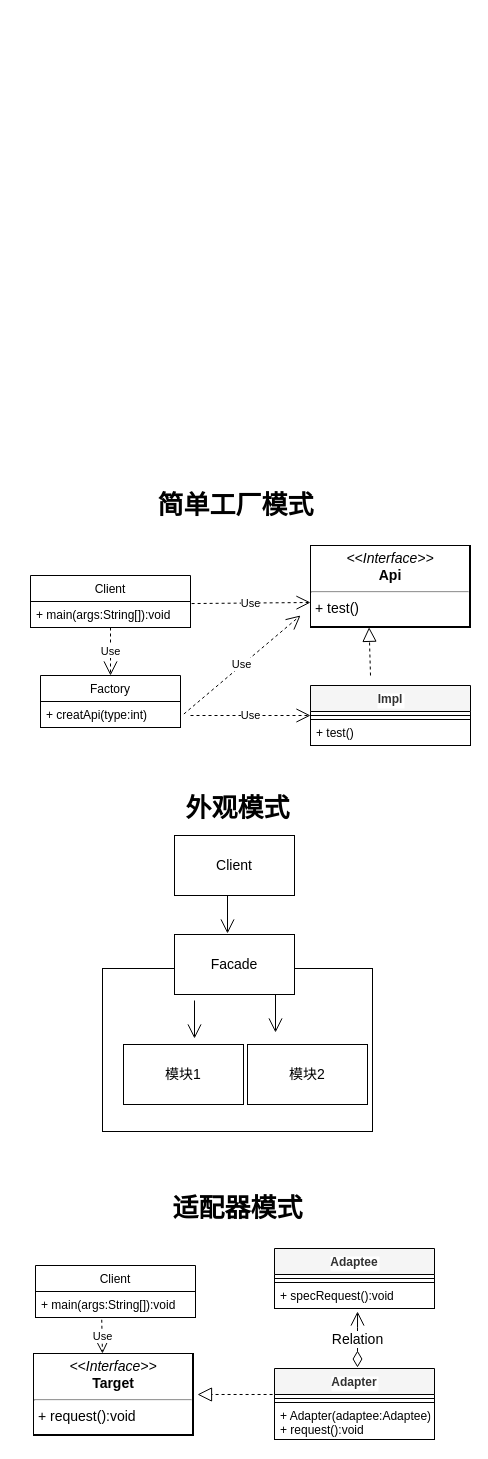
lgjlife/Java-Study keeps this draw.io diagram as UML/设计模式/设计模式.drawio. Above is the earlier version. Source tidied: cells renumbered, new cells numbered last; positions are measured from the earlier drawing's top-left corner, leaving out a move shared by most shapes. Both pictures are drawn from the tidied source at 100%, with x=0, y=0 at pixel (30, 485).
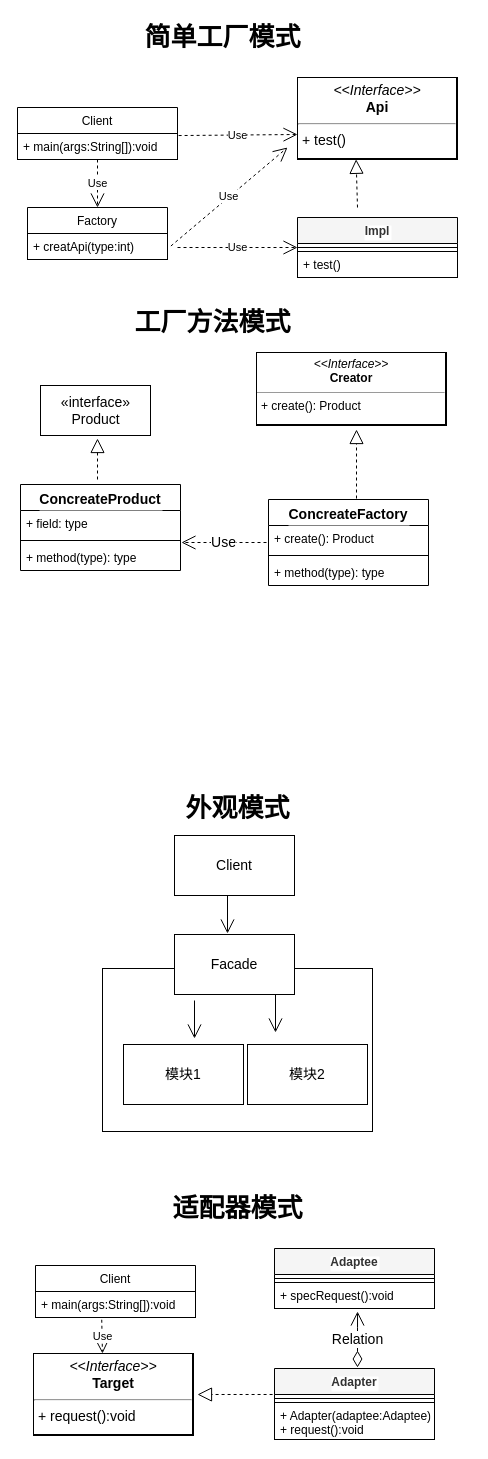
Above is the later version.

Commit message (it also covers changes not shown here):
设计模式-工厂方法模式

Unchanged cells that the change refers to:
```xml
<mxCell id="3" value="+ main(args:String[]):void" style="text;strokeColor=#000000;fillColor=none;align=left;verticalAlign=top;spacingLeft=4;spacingRight=4;overflow=hidden;points=[[0,0.5],[1,0.5]];portConstraint=eastwest;fontColor=#000000;" parent="2" vertex="1">
  <mxGeometry y="26" width="160" height="26" as="geometry" />
</mxCell>
<mxCell id="13" style="line;strokeWidth=1;fillColor=none;align=left;verticalAlign=middle;spacingTop=-1;spacingLeft=3;spacingRight=3;labelPosition=right;points=[];portConstraint=eastwest;strokeColor=#000000;fontColor=#000000;" parent="12" vertex="1">
  <mxGeometry y="26" width="160" height="8" as="geometry" />
</mxCell>
<mxCell id="38" value="+ specRequest():void" style="text;strokeColor=#000000;fillColor=none;align=left;verticalAlign=top;spacingLeft=4;spacingRight=4;overflow=hidden;points=[[0,0.5],[1,0.5]];portConstraint=eastwest;fontColor=#000000;" parent="36" vertex="1">
  <mxGeometry y="34" width="160" height="26" as="geometry" />
</mxCell>
```

The edit, as a diff of the source:
```diff
@@
     <mxCell id="2" value="Client" style="swimlane;fontStyle=0;horizontal=1;startSize=26;fillColor=none;strokeColor=#000000;fontColor=#000000;" parent="1" vertex="1">
-      <mxGeometry y="90" width="160" height="52" as="geometry" />
+      <mxGeometry x="-13" y="-378" width="160" height="52" as="geometry" />
     </mxCell>
@@
     <mxCell id="4" value="Factory" style="swimlane;fontStyle=0;horizontal=1;startSize=26;fillColor=none;strokeColor=#000000;fontColor=#000000;" parent="1" vertex="1">
-      <mxGeometry x="10" y="190" width="140" height="52" as="geometry" />
+      <mxGeometry x="-3" y="-278" width="140" height="52" as="geometry" />
     </mxCell>
@@
     <mxCell id="7" value="Use" style="endArrow=open;endSize=12;dashed=1;html=1;entryX=0;entryY=0.5;entryDx=0;entryDy=0;exitX=1.007;exitY=0.079;exitDx=0;exitDy=0;exitPerimeter=0;strokeColor=#000000;fontColor=#000000;labelBackgroundColor=#FFFFFF;" parent="1" edge="1" source="3">
       <mxGeometry relative="1" as="geometry">
-        <mxPoint x="280" y="117" as="targetPoint" />
+        <mxPoint x="267" y="-351" as="targetPoint" />
       </mxGeometry>
     </mxCell>
     <mxCell id="8" value="Use" style="endArrow=open;endSize=12;dashed=1;html=1;entryX=0;entryY=0.5;entryDx=0;entryDy=0;entryPerimeter=0;strokeColor=#000000;fontColor=#000000;labelBackgroundColor=#FFFFFF;" parent="1" edge="1" target="13">
       <mxGeometry relative="1" as="geometry">
-        <mxPoint x="160" y="230" as="sourcePoint" />
+        <mxPoint x="147" y="-238" as="sourcePoint" />
       </mxGeometry>
     </mxCell>
     <mxCell id="9" value="Use" style="endArrow=open;endSize=12;dashed=1;html=1;exitX=1.024;exitY=0.482;exitDx=0;exitDy=0;exitPerimeter=0;strokeColor=#000000;fontColor=#000000;labelBackgroundColor=#FFFFFF;" parent="1" edge="1">
       <mxGeometry relative="1" as="geometry">
-        <mxPoint x="153.4" y="228.5" as="sourcePoint" />
-        <mxPoint x="270" y="130" as="targetPoint" />
+        <mxPoint x="140.4" y="-239.5" as="sourcePoint" />
+        <mxPoint x="257" y="-338" as="targetPoint" />
       </mxGeometry>
     </mxCell>
     <mxCell id="10" style="endArrow=block;dashed=1;endFill=0;endSize=12;html=1;entryX=0.533;entryY=0.997;entryDx=0;entryDy=0;entryPerimeter=0;strokeColor=#000000;fontColor=#000000;" parent="1" edge="1">
       <mxGeometry relative="1" as="geometry">
-        <mxPoint x="340" y="190" as="sourcePoint" />
-        <mxPoint x="338.6" y="141.8" as="targetPoint" />
+        <mxPoint x="327" y="-278" as="sourcePoint" />
+        <mxPoint x="325.6" y="-326.2" as="targetPoint" />
       </mxGeometry>
     </mxCell>
     <mxCell id="11" value="&lt;p style=&quot;margin: 4px 0px 0px; text-align: center; font-size: 14px;&quot;&gt;&lt;i style=&quot;font-size: 14px;&quot;&gt;&amp;lt;&amp;lt;Interface&amp;gt;&amp;gt;&lt;/i&gt;&lt;br style=&quot;font-size: 14px;&quot;&gt;&lt;b style=&quot;font-size: 14px;&quot;&gt;Api&lt;/b&gt;&lt;/p&gt;&lt;hr style=&quot;font-size: 14px;&quot;&gt;&lt;p style=&quot;margin: 0px 0px 0px 4px; font-size: 14px;&quot;&gt;+ test()&lt;br style=&quot;font-size: 14px;&quot;&gt;&lt;/p&gt;" style="verticalAlign=top;align=left;overflow=fill;fontSize=14;fontFamily=Helvetica;html=1;strokeColor=#000000;fontColor=#000000;labelBackgroundColor=#ffffff;labelBorderColor=#000000;" parent="1" vertex="1">
-      <mxGeometry x="280" y="60" width="160" height="82" as="geometry" />
+      <mxGeometry x="267" y="-408" width="160" height="82" as="geometry" />
     </mxCell>
     <mxCell id="12" value="Impl" style="swimlane;fontStyle=1;align=center;verticalAlign=top;horizontal=1;startSize=26;strokeColor=#000000;fontColor=#333333;labelBackgroundColor=#FFFFFF;fillColor=#f5f5f5;" parent="1" vertex="1">
-      <mxGeometry x="280" y="200" width="160" height="60" as="geometry" />
+      <mxGeometry x="267" y="-268" width="160" height="60" as="geometry" />
     </mxCell>
@@
     <mxCell id="15" value="简单工厂模式" style="text;html=1;align=center;verticalAlign=middle;fontStyle=1;fontSize=26;strokeColor=none;fontColor=#000000;" parent="1" vertex="1">
-      <mxGeometry x="120" width="170" height="40" as="geometry" />
+      <mxGeometry x="107" y="-468" width="170" height="40" as="geometry" />
     </mxCell>
@@
+    <mxCell id="31" value="Relation" style="endArrow=open;html=1;endSize=12;startArrow=diamondThin;startSize=14;startFill=0;edgeStyle=orthogonalEdgeStyle;labelBackgroundColor=#FFFFFF;strokeColor=#000000;fontSize=14;fontColor=#000000;entryX=0.519;entryY=1.115;entryDx=0;entryDy=0;entryPerimeter=0;" parent="1" edge="1" target="38">
+      <mxGeometry relative="1" as="geometry">
+        <mxPoint x="327" y="882" as="sourcePoint" />
+        <Array as="points">
+          <mxPoint x="327" y="852" />
+          <mxPoint x="327" y="852" />
+        </Array>
+      </mxGeometry>
+    </mxCell>
+    <mxCell id="32" value="0..n" style="html=1;align=left;verticalAlign=top;labelBackgroundColor=#ffffff;fontSize=10;" parent="31" vertex="1">
+      <mxGeometry x="-1" relative="1" as="geometry" />
+    </mxCell>
@@
-    <mxCell id="31" value="Relation" style="endArrow=open;html=1;endSize=12;startArrow=diamondThin;startSize=14;startFill=0;edgeStyle=orthogonalEdgeStyle;labelBackgroundColor=#FFFFFF;strokeColor=#000000;fontSize=14;fontColor=#000000;entryX=0.519;entryY=1.115;entryDx=0;entryDy=0;entryPerimeter=0;" parent="1" edge="1" target="38">
-      <mxGeometry relative="1" as="geometry">
-        <mxPoint x="327" y="882" as="sourcePoint" />
-        <Array as="points">
-          <mxPoint x="327" y="852" />
-          <mxPoint x="327" y="852" />
-        </Array>
-      </mxGeometry>
-    </mxCell>
-    <mxCell id="32" value="0..n" style="html=1;align=left;verticalAlign=top;labelBackgroundColor=#ffffff;fontSize=10;" parent="31" vertex="1">
-      <mxGeometry x="-1" relative="1" as="geometry" />
-    </mxCell>
@@
+    <mxCell id="39" value="«interface»&lt;br&gt;Product" style="html=1;labelBackgroundColor=#FFFFFF;strokeColor=#000000;fillColor=#FFFFFF;fontSize=14;fontColor=#000000;" parent="1" vertex="1">
+      <mxGeometry x="10" y="-100" width="110" height="50" as="geometry" />
+    </mxCell>
+    <mxCell id="40" value="ConcreateProduct" style="swimlane;fontStyle=1;align=center;verticalAlign=top;horizontal=1;startSize=26;labelBackgroundColor=#FFFFFF;strokeColor=#000000;fillColor=#FFFFFF;fontSize=14;fontColor=#000000;" parent="1" vertex="1">
+      <mxGeometry x="-10" y="-1" width="160" height="86" as="geometry" />
+    </mxCell>
+    <mxCell id="41" value="+ field: type" style="text;strokeColor=none;fillColor=none;align=left;verticalAlign=top;spacingLeft=4;spacingRight=4;overflow=hidden;points=[[0,0.5],[1,0.5]];portConstraint=eastwest;" parent="40" vertex="1">
+      <mxGeometry y="26" width="160" height="26" as="geometry" />
+    </mxCell>
+    <mxCell id="42" style="line;strokeWidth=1;fillColor=none;align=left;verticalAlign=middle;spacingTop=-1;spacingLeft=3;spacingRight=3;labelPosition=right;" parent="40" vertex="1">
+      <mxGeometry y="52" width="160" height="8" as="geometry" />
+    </mxCell>
+    <mxCell id="43" value="+ method(type): type" style="text;strokeColor=none;fillColor=none;align=left;verticalAlign=top;spacingLeft=4;spacingRight=4;overflow=hidden;" parent="40" vertex="1">
+      <mxGeometry y="60" width="160" height="26" as="geometry" />
+    </mxCell>
+    <mxCell id="44" style="endArrow=block;dashed=1;endFill=0;endSize=12;html=1;labelBackgroundColor=#FFFFFF;strokeColor=#000000;fontSize=14;fontColor=#000000;" parent="40" edge="1">
+      <mxGeometry relative="1" as="geometry">
+        <mxPoint x="77" y="-5" as="sourcePoint" />
+        <mxPoint x="77" y="-46" as="targetPoint" />
+      </mxGeometry>
+    </mxCell>
+    <mxCell id="45" value="&lt;p style=&quot;margin: 0px ; margin-top: 4px ; text-align: center&quot;&gt;&lt;i&gt;&amp;lt;&amp;lt;Interface&amp;gt;&amp;gt;&lt;/i&gt;&lt;br&gt;&lt;b&gt;Creator&lt;/b&gt;&lt;/p&gt;&lt;hr size=&quot;1&quot;&gt;&lt;p style=&quot;margin: 0px ; margin-left: 4px&quot;&gt;&lt;/p&gt;&lt;p style=&quot;margin: 0px ; margin-left: 4px&quot;&gt;+ create(): Product&lt;br&gt;&lt;br&gt;&lt;/p&gt;" style="verticalAlign=top;align=left;overflow=fill;fontSize=12;fontFamily=Helvetica;html=1;labelBackgroundColor=#FFFFFF;strokeColor=#000000;fillColor=#FFFFFF;fontColor=#000000;labelBorderColor=#000000;" parent="1" vertex="1">
+      <mxGeometry x="226" y="-133" width="190" height="73" as="geometry" />
+    </mxCell>
+    <mxCell id="46" value="ConcreateFactory" style="swimlane;fontStyle=1;align=center;verticalAlign=top;horizontal=1;startSize=26;labelBackgroundColor=#FFFFFF;strokeColor=#000000;fillColor=#FFFFFF;fontSize=14;fontColor=#000000;" parent="1" vertex="1">
+      <mxGeometry x="238" y="14" width="160" height="86" as="geometry" />
+    </mxCell>
+    <mxCell id="47" value="+ create(): Product" style="text;strokeColor=none;fillColor=none;align=left;verticalAlign=top;spacingLeft=4;spacingRight=4;overflow=hidden;fontColor=#000000;" parent="46" vertex="1">
+      <mxGeometry y="26" width="160" height="26" as="geometry" />
+    </mxCell>
+    <mxCell id="48" value="Use" style="endArrow=open;endSize=12;dashed=1;html=1;labelBackgroundColor=#FFFFFF;strokeColor=#000000;fontSize=14;fontColor=#000000;entryX=1.006;entryY=1.231;entryDx=0;entryDy=0;entryPerimeter=0;" parent="46" edge="1" target="41">
+      <mxGeometry relative="1" as="geometry">
+        <mxPoint x="-2" y="43" as="sourcePoint" />
+      </mxGeometry>
+    </mxCell>
+    <mxCell id="49" style="line;strokeWidth=1;fillColor=none;align=left;verticalAlign=middle;spacingTop=-1;spacingLeft=3;spacingRight=3;labelPosition=right;" parent="46" vertex="1">
+      <mxGeometry y="52" width="160" height="8" as="geometry" />
+    </mxCell>
+    <mxCell id="50" value="+ method(type): type" style="text;strokeColor=none;fillColor=none;align=left;verticalAlign=top;spacingLeft=4;spacingRight=4;overflow=hidden;" parent="46" vertex="1">
+      <mxGeometry y="60" width="160" height="26" as="geometry" />
+    </mxCell>
+    <mxCell id="51" style="endArrow=block;dashed=1;endFill=0;endSize=12;html=1;labelBackgroundColor=#FFFFFF;strokeColor=#000000;fontSize=14;fontColor=#000000;" parent="1" edge="1">
+      <mxGeometry relative="1" as="geometry">
+        <mxPoint x="326" y="13" as="sourcePoint" />
+        <mxPoint x="326" y="-56" as="targetPoint" />
+      </mxGeometry>
+    </mxCell>
+    <mxCell id="52" value="工厂方法模式" style="text;html=1;align=center;verticalAlign=middle;fontStyle=1;fontSize=26;strokeColor=none;fontColor=#000000;" parent="1" vertex="1">
+      <mxGeometry x="99" y="-181" width="166" height="35" as="geometry" />
+    </mxCell>
```
